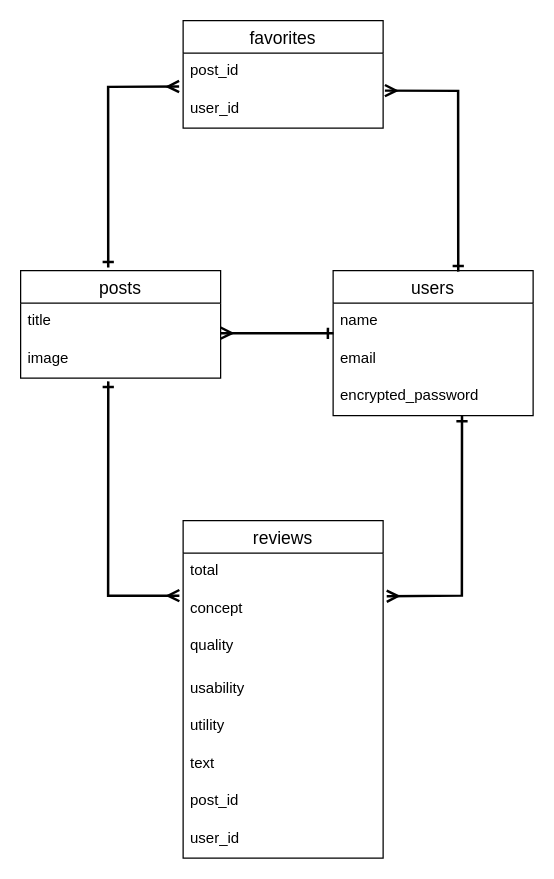
Before: kakko.dio in molitomoki/kakko, a draw.io diagram. Source tidied: cells renumbered, new cells numbered last; positions are measured from the earlier drawing's top-left corner, leaving out a move shared by most shapes. Both pictures are drawn from the tidied source at 125%, with x=0, y=0 at pixel (20, 20).
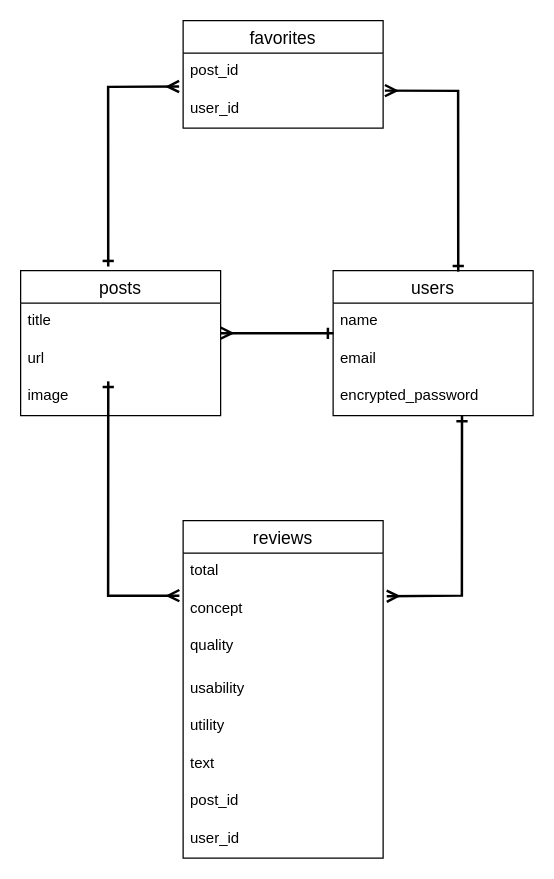
The same page after the edit.

Commit message (it also covers changes not shown here):
必要のカラムの追加

Diff of the diagram source:
```diff
@@
     <mxCell id="2" value="posts" style="swimlane;fontStyle=0;horizontal=1;startSize=26;align=center;fontSize=14;" parent="1" vertex="1">
-      <mxGeometry y="200" width="160" height="86" as="geometry" />
+      <mxGeometry y="200" width="160" height="116" as="geometry" />
     </mxCell>
@@
+    <mxCell id="26" value="url" style="text;strokeColor=none;fillColor=none;spacingLeft=4;spacingRight=4;overflow=hidden;fontSize=12;" parent="2" vertex="1">
+      <mxGeometry y="56" width="160" height="30" as="geometry" />
+    </mxCell>
     <mxCell id="5" value="image" style="text;strokeColor=none;fillColor=none;spacingLeft=4;spacingRight=4;overflow=hidden;fontSize=12;" parent="2" vertex="1">
-      <mxGeometry y="56" width="160" height="30" as="geometry" />
+      <mxGeometry y="86" width="160" height="30" as="geometry" />
     </mxCell>
```
